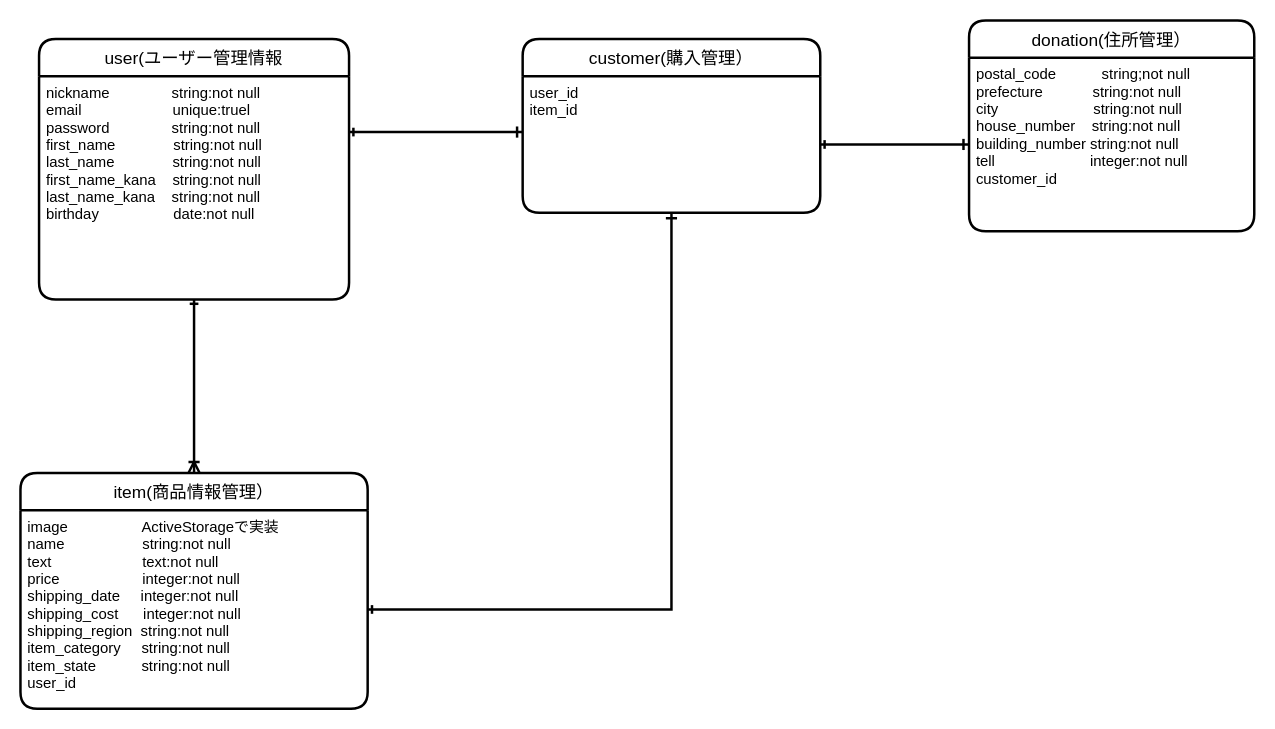
Before: app/views/orders/furima.dio in yuuffff1212/furima-32631, a draw.io diagram. Source tidied: cells renumbered, new cells numbered last; positions are measured from the earlier drawing's top-left corner, leaving out a move shared by most shapes. Both pictures are drawn from the tidied source at 124%, with x=0, y=0 at pixel (20, 20).
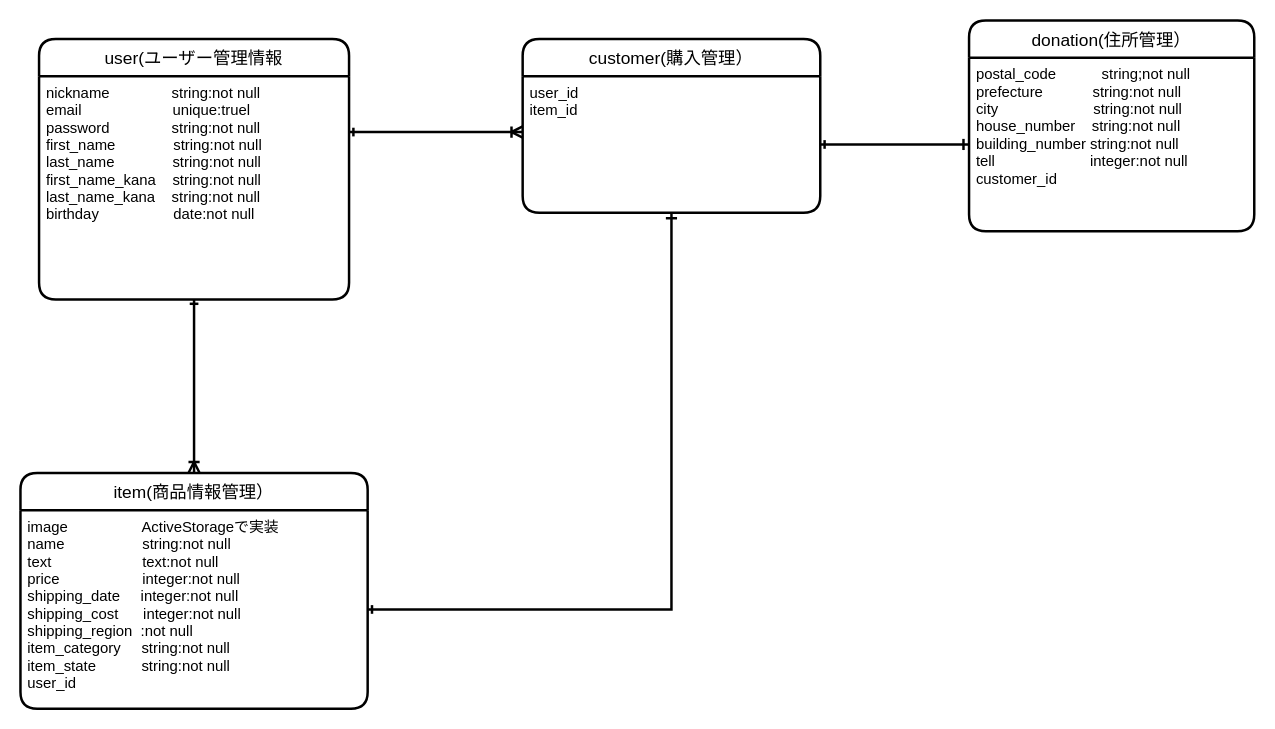
The same diagram, later.

Commit message (it also covers changes not shown here):
データベース設計の再修正

Diff of the diagram source:
```diff
@@
 <mxGraphModel>
   <root>
     <mxCell id="0" />
     <mxCell id="1" parent="0" />
     <mxCell id="2" value="user(ユーザー管理情報" style="swimlane;horizontal=1;startSize=30;rounded=1;fontSize=14;fontStyle=0;strokeWidth=2;shadow=0;dashed=0;align=center;" parent="1" vertex="1">
       <mxGeometry x="15" y="15" width="250" height="210" as="geometry" />
     </mxCell>
     <mxCell id="3" value="nickname               string:not null&#10;email                      unique:truel         &#10;password               string:not null&#10;first_name              string:not null&#10;last_name              string:not null&#10;first_name_kana    string:not null&#10;last_name_kana    string:not null&#10;birthday                  date:not null" style="align=left;strokeColor=none;fillColor=none;spacingLeft=4;fontSize=12;verticalAlign=top;" parent="2" vertex="1">
       <mxGeometry y="30" width="250" height="180" as="geometry" />
     </mxCell>
     <mxCell id="4" value="customer(購入管理）" style="swimlane;horizontal=1;startSize=30;rounded=1;fontSize=14;fontStyle=0;strokeWidth=2;shadow=0;dashed=0;align=center;" parent="1" vertex="1">
       <mxGeometry x="405" y="15" width="240" height="140" as="geometry" />
     </mxCell>
     <mxCell id="5" value="user_id                  &#10;item_id" style="align=left;strokeColor=none;fillColor=none;spacingLeft=4;fontSize=12;verticalAlign=top;" parent="4" vertex="1">
       <mxGeometry y="30" width="240" height="110" as="geometry" />
     </mxCell>
-    <mxCell id="6" style="edgeStyle=orthogonalEdgeStyle;rounded=0;jettySize=auto;html=1;exitX=1;exitY=0.25;exitDx=0;exitDy=0;startArrow=ERone;startFill=0;startSize=4;sourcePerimeterSpacing=0;endArrow=ERone;endFill=0;targetPerimeterSpacing=0;strokeWidth=2;" parent="1" edge="1" source="3">
+    <mxCell id="6" style="edgeStyle=orthogonalEdgeStyle;rounded=0;jettySize=auto;html=1;exitX=1;exitY=0.25;exitDx=0;exitDy=0;startArrow=ERone;startFill=0;startSize=4;sourcePerimeterSpacing=0;endArrow=ERoneToMany;endFill=0;targetPerimeterSpacing=0;strokeWidth=2;" parent="1" edge="1" source="3">
       <mxGeometry relative="1" as="geometry">
         <mxPoint x="405" y="90" as="targetPoint" />
       </mxGeometry>
     </mxCell>
     <mxCell id="7" value="donation(住所管理）" style="swimlane;horizontal=1;startSize=30;rounded=1;fontSize=14;fontStyle=0;strokeWidth=2;shadow=0;dashed=0;align=center;" parent="1" vertex="1">
       <mxGeometry x="765" width="230" height="170" as="geometry" />
     </mxCell>
     <mxCell id="8" value="postal_code           string;not null&#10;prefecture            string:not null&#10;city                       string:not null&#10;house_number    string:not null&#10;building_number string:not null&#10;tell                       integer:not null&#10;customer_id" style="align=left;strokeColor=none;fillColor=none;spacingLeft=4;fontSize=12;verticalAlign=top;" parent="7" vertex="1">
       <mxGeometry y="30" width="230" height="140" as="geometry" />
     </mxCell>
     <mxCell id="9" value="item(商品情報管理）" style="swimlane;horizontal=1;startSize=30;rounded=1;fontSize=14;fontStyle=0;strokeWidth=2;shadow=0;dashed=0;align=center;" parent="1" vertex="1">
       <mxGeometry y="365" width="280" height="190" as="geometry" />
     </mxCell>
-    <mxCell id="10" value="image                  ActiveStorageで実装&#10;name　　　        string:not null&#10;text                      text:not null&#10;price                    integer:not null&#10;shipping_date     integer:not null&#10;shipping_cost      integer:not null&#10;shipping_region  string:not null&#10;item_category     string:not null&#10;item_state           string:not null&#10;user_id&#10;" style="align=left;strokeColor=none;fillColor=none;spacingLeft=4;fontSize=12;verticalAlign=top;" parent="9" vertex="1">
+    <mxCell id="10" value="image                  ActiveStorageで実装&#10;name　　　        string:not null&#10;text                      text:not null&#10;price                    integer:not null&#10;shipping_date     integer:not null&#10;shipping_cost      integer:not null&#10;shipping_region  :not null&#10;item_category     string:not null&#10;item_state           string:not null&#10;user_id&#10;" style="align=left;strokeColor=none;fillColor=none;spacingLeft=4;fontSize=12;verticalAlign=top;" parent="9" vertex="1">
       <mxGeometry y="30" width="280" height="160" as="geometry" />
     </mxCell>
     <mxCell id="11" style="edgeStyle=orthogonalEdgeStyle;rounded=0;jettySize=auto;html=1;exitX=0.5;exitY=1;exitDx=0;exitDy=0;entryX=0.5;entryY=0;entryDx=0;entryDy=0;startArrow=ERone;startFill=0;startSize=4;sourcePerimeterSpacing=0;endArrow=ERoneToMany;endFill=0;targetPerimeterSpacing=0;strokeWidth=2;" parent="1" edge="1" source="3" target="9">
       <mxGeometry relative="1" as="geometry">
         <Array as="points">
           <mxPoint x="140" y="355" />
         </Array>
       </mxGeometry>
     </mxCell>
     <mxCell id="12" style="edgeStyle=orthogonalEdgeStyle;rounded=0;jettySize=auto;html=1;entryX=0;entryY=0.5;entryDx=0;entryDy=0;startArrow=ERone;startFill=0;startSize=4;sourcePerimeterSpacing=0;endArrow=ERone;endFill=0;targetPerimeterSpacing=0;strokeWidth=2;" parent="1" edge="1" source="5" target="8">
       <mxGeometry relative="1" as="geometry" />
     </mxCell>
     <mxCell id="13" style="edgeStyle=orthogonalEdgeStyle;rounded=0;jettySize=auto;html=1;entryX=0.5;entryY=1;entryDx=0;entryDy=0;startArrow=ERone;startFill=0;startSize=4;sourcePerimeterSpacing=0;endArrow=ERone;endFill=0;targetPerimeterSpacing=0;strokeWidth=2;" parent="1" edge="1" source="10" target="5">
       <mxGeometry relative="1" as="geometry" />
     </mxCell>
   </root>
 </mxGraphModel>
```
